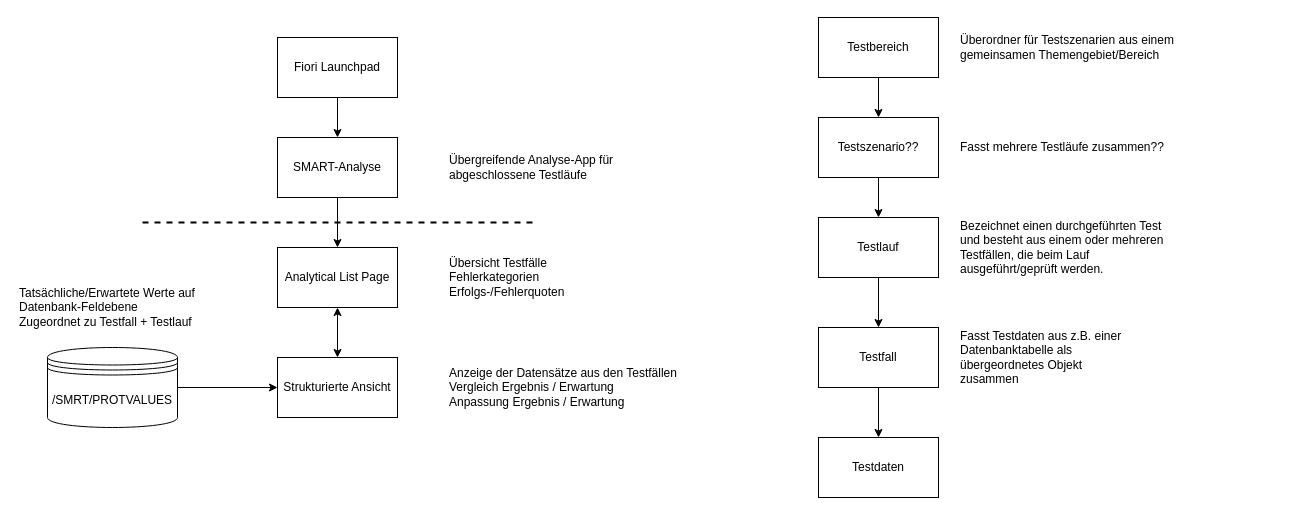
Before: Strukturierte Ansicht Komponentenübersicht.drawio in Raaphaaa/UI5-Playground, a draw.io diagram. Source tidied: cells renumbered, new cells numbered last; positions are measured from the earlier drawing's top-left corner, leaving out a move shared by most shapes. Both pictures are drawn from the tidied source at 100%, with x=0, y=0 at pixel (16, 17).
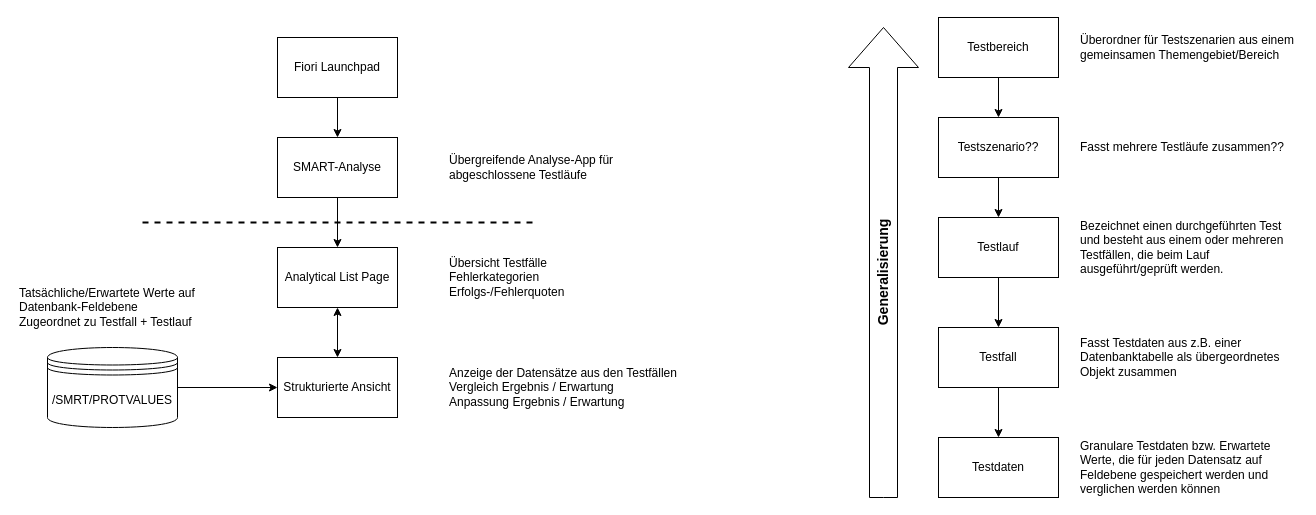
After the change.

Diff of the diagram source:
```diff
@@
     <mxCell id="17" value="Testszenario??" style="rounded=0;whiteSpace=wrap;html=1;" parent="1" vertex="1">
-      <mxGeometry x="802" y="100" width="120" height="60" as="geometry" />
+      <mxGeometry x="922" y="100" width="120" height="60" as="geometry" />
     </mxCell>
@@
     <mxCell id="19" value="Testlauf" style="rounded=0;whiteSpace=wrap;html=1;" parent="1" vertex="1">
-      <mxGeometry x="802" y="200" width="120" height="60" as="geometry" />
+      <mxGeometry x="922" y="200" width="120" height="60" as="geometry" />
     </mxCell>
@@
     <mxCell id="21" value="Testfall" style="rounded=0;whiteSpace=wrap;html=1;" parent="1" vertex="1">
-      <mxGeometry x="802" y="310" width="120" height="60" as="geometry" />
+      <mxGeometry x="922" y="310" width="120" height="60" as="geometry" />
     </mxCell>
     <mxCell id="22" value="Testdaten" style="rounded=0;whiteSpace=wrap;html=1;" parent="1" vertex="1">
-      <mxGeometry x="802" y="420" width="120" height="60" as="geometry" />
+      <mxGeometry x="922" y="420" width="120" height="60" as="geometry" />
     </mxCell>
@@
     <mxCell id="24" value="Testbereich" style="rounded=0;whiteSpace=wrap;html=1;" parent="1" vertex="1">
-      <mxGeometry x="802" width="120" height="60" as="geometry" />
+      <mxGeometry x="922" width="120" height="60" as="geometry" />
     </mxCell>
     <mxCell id="25" value="Fasst Testdaten aus z.B. einer Datenbanktabelle als übergeordnetes Objekt zusammen" style="text;html=1;whiteSpace=wrap;strokeColor=none;fillColor=none;align=left;verticalAlign=middle;rounded=0;" parent="1" vertex="1">
-      <mxGeometry x="942" y="310" width="170" height="60" as="geometry" />
+      <mxGeometry x="1062" y="310" width="220" height="60" as="geometry" />
     </mxCell>
     <mxCell id="26" value="Bezeichnet einen durchgeführten Test und besteht aus einem oder mehreren Testfällen, die beim Lauf ausgeführt/geprüft werden." style="text;html=1;whiteSpace=wrap;strokeColor=none;fillColor=none;align=left;verticalAlign=middle;rounded=0;" parent="1" vertex="1">
-      <mxGeometry x="942" y="200" width="220" height="60" as="geometry" />
+      <mxGeometry x="1062" y="200" width="220" height="60" as="geometry" />
     </mxCell>
     <mxCell id="27" value="Fasst mehrere Testläufe zusammen??" style="text;html=1;whiteSpace=wrap;strokeColor=none;fillColor=none;align=left;verticalAlign=middle;rounded=0;" parent="1" vertex="1">
-      <mxGeometry x="942" y="100" width="220" height="60" as="geometry" />
+      <mxGeometry x="1062" y="100" width="220" height="60" as="geometry" />
     </mxCell>
     <mxCell id="28" value="Überordner für Testszenarien aus einem gemeinsamen Themengebiet/Bereich" style="text;html=1;whiteSpace=wrap;strokeColor=none;fillColor=none;align=left;verticalAlign=middle;rounded=0;" parent="1" vertex="1">
-      <mxGeometry x="942" width="220" height="60" as="geometry" />
+      <mxGeometry x="1062" width="220" height="60" as="geometry" />
     </mxCell>
+    <mxCell id="29" value="Granulare Testdaten bzw. Erwartete Werte, die für jeden Datensatz auf Feldebene gespeichert werden und verglichen werden können" style="text;html=1;whiteSpace=wrap;strokeColor=none;fillColor=none;align=left;verticalAlign=middle;rounded=0;" parent="1" vertex="1">
+      <mxGeometry x="1062" y="420" width="220" height="60" as="geometry" />
+    </mxCell>
+    <mxCell id="30" style="html=1;shadow=0;dashed=0;align=center;verticalAlign=middle;shape=mxgraph.arrows2.arrow;dy=0.6;dx=40;direction=north;notch=0;" parent="1" vertex="1">
+      <mxGeometry x="832" y="10" width="70" height="470" as="geometry" />
+    </mxCell>
+    <mxCell id="31" value="Generalisierung" style="text;html=1;whiteSpace=wrap;strokeColor=none;fillColor=none;align=center;verticalAlign=middle;rounded=0;rotation=-90;fontStyle=1;fontSize=14;" parent="1" vertex="1">
+      <mxGeometry x="812" y="240" width="110" height="30" as="geometry" />
+    </mxCell>
```
